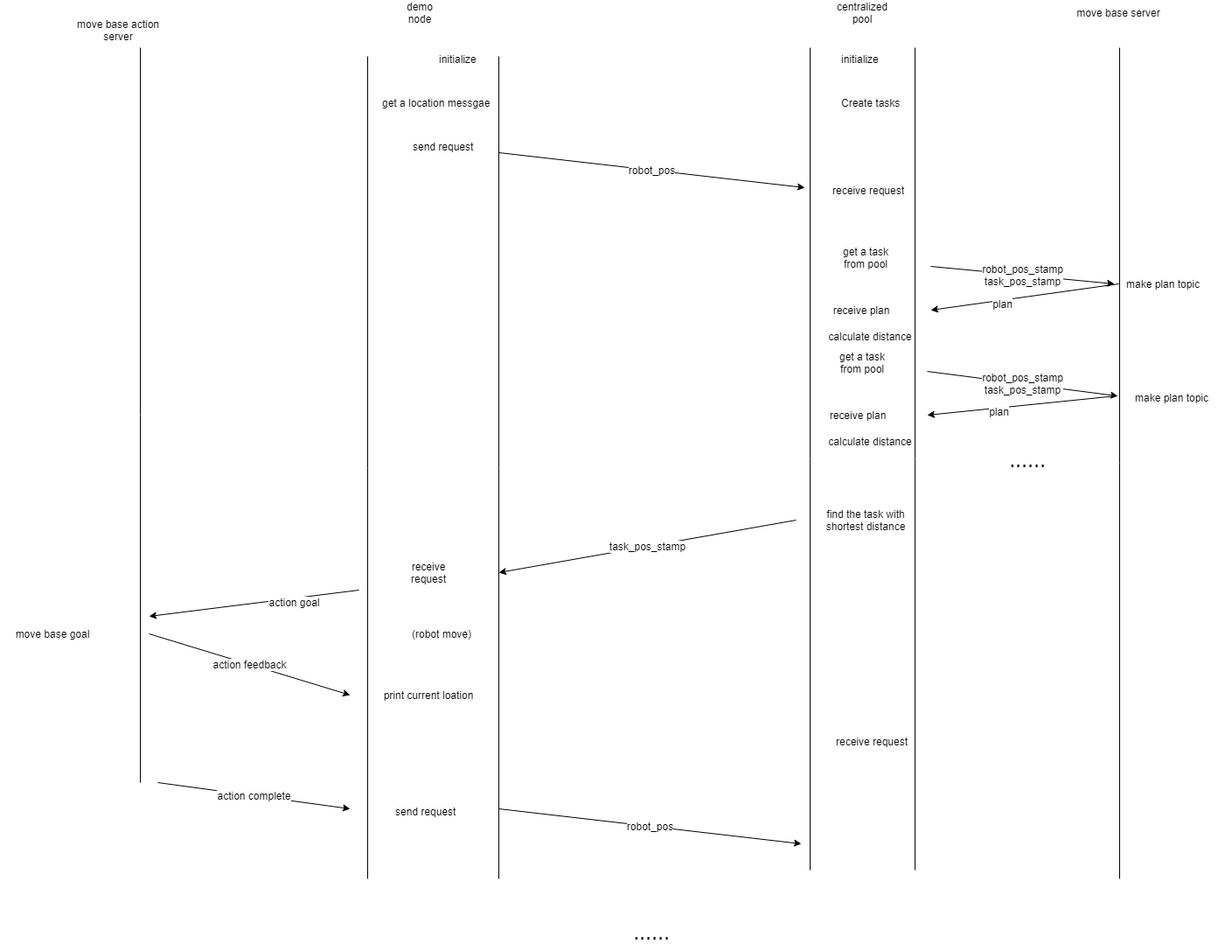
Before: img/scheduler-ros_workflow.png, a diagram exported from draw.io (xuanjiao/Robots_task_scheduling). Source tidied: cells renumbered, new cells last; positions are measured from the earlier drawing's top-left corner, leaving out a move shared by most shapes. Its diagram source:
```xml
<mxGraphModel>
  <root>
    <mxCell id="0" />
    <mxCell id="1" parent="0" />
    <mxCell id="2" style="shape=partialRectangle;whiteSpace=wrap;html=1;top=0;bottom=0;fillColor=none;" parent="1" vertex="1">
      <mxGeometry x="926" y="50" width="120" height="940" as="geometry" />
    </mxCell>
    <mxCell id="3" style="shape=partialRectangle;whiteSpace=wrap;html=1;top=0;bottom=0;fillColor=none;" parent="1" vertex="1">
      <mxGeometry x="420" y="60" width="150" height="940" as="geometry" />
    </mxCell>
    <mxCell id="4" value="demo node" style="text;html=1;strokeColor=none;fillColor=none;align=center;verticalAlign=middle;whiteSpace=wrap;rounded=0;" parent="1" vertex="1">
      <mxGeometry x="460" width="40" height="20" as="geometry" />
    </mxCell>
    <mxCell id="5" value="centralized pool" style="text;html=1;strokeColor=none;fillColor=none;align=center;verticalAlign=middle;whiteSpace=wrap;rounded=0;" parent="1" vertex="1">
      <mxGeometry x="966" width="40" height="20" as="geometry" />
    </mxCell>
    <mxCell id="6" value="move base server" style="text;html=1;strokeColor=none;fillColor=none;align=center;verticalAlign=middle;whiteSpace=wrap;rounded=0;" parent="1" vertex="1">
      <mxGeometry x="1213.5" width="130" height="20" as="geometry" />
    </mxCell>
    <mxCell id="7" value="initialize" style="text;html=1;" parent="1" vertex="1">
      <mxGeometry x="500" y="50" width="70" height="30" as="geometry" />
    </mxCell>
    <mxCell id="8" value="get a location messgae" style="text;html=1;" parent="1" vertex="1">
      <mxGeometry x="435" y="100" width="170" height="30" as="geometry" />
    </mxCell>
    <mxCell id="9" value="send request" style="text;html=1;" parent="1" vertex="1">
      <mxGeometry x="470" y="150" width="90" height="30" as="geometry" />
    </mxCell>
    <mxCell id="10" value="Create tasks" style="text;html=1;" parent="1" vertex="1">
      <mxGeometry x="960" y="100" width="90" height="30" as="geometry" />
    </mxCell>
    <mxCell id="11" value="initialize" style="text;html=1;" parent="1" vertex="1">
      <mxGeometry x="960" y="50" width="70" height="30" as="geometry" />
    </mxCell>
    <mxCell id="12" value="robot_pos_stamp&lt;br&gt;task_pos_stamp" style="rounded=0;orthogonalLoop=1;jettySize=auto;html=1;" parent="1" edge="1">
      <mxGeometry relative="1" as="geometry">
        <mxPoint x="1064" y="300" as="sourcePoint" />
        <mxPoint x="1274" y="320" as="targetPoint" />
      </mxGeometry>
    </mxCell>
    <mxCell id="13" value="receive request" style="text;html=1;" parent="1" vertex="1">
      <mxGeometry x="950" y="200" width="110" height="30" as="geometry" />
    </mxCell>
    <mxCell id="14" value="make plan topic" style="text;html=1;strokeColor=none;fillColor=none;align=center;verticalAlign=middle;whiteSpace=wrap;rounded=0;" parent="1" vertex="1">
      <mxGeometry x="1280" y="310" width="100" height="20" as="geometry" />
    </mxCell>
    <mxCell id="15" value="receive plan" style="text;html=1;strokeColor=none;fillColor=none;align=center;verticalAlign=middle;whiteSpace=wrap;rounded=0;" parent="1" vertex="1">
      <mxGeometry x="950" y="340" width="70" height="20" as="geometry" />
    </mxCell>
    <mxCell id="16" style="endArrow=classic;html=1;" parent="1" edge="1">
      <mxGeometry relative="1" as="geometry">
        <mxPoint x="1279" y="320" as="sourcePoint" />
        <mxPoint x="1064" y="350" as="targetPoint" />
      </mxGeometry>
    </mxCell>
    <mxCell id="17" value="plan" style="text;html=1;align=center;verticalAlign=middle;labelBackgroundColor=#ffffff;" parent="16" vertex="1">
      <mxGeometry x="0.25" y="4" relative="1" as="geometry" />
    </mxCell>
    <mxCell id="18" value="get a task from pool" style="text;html=1;strokeColor=none;fillColor=none;align=center;verticalAlign=middle;whiteSpace=wrap;rounded=0;" parent="1" vertex="1">
      <mxGeometry x="950" y="280" width="80" height="20" as="geometry" />
    </mxCell>
    <mxCell id="19" value="robot_pos_stamp&lt;br&gt;task_pos_stamp" style="rounded=0;orthogonalLoop=1;jettySize=auto;html=1;entryX=-0.012;entryY=0.71;entryDx=0;entryDy=0;entryPerimeter=0;" parent="1" edge="1">
      <mxGeometry relative="1" as="geometry">
        <mxPoint x="1060" y="420" as="sourcePoint" />
        <mxPoint x="1278" y="448.2" as="targetPoint" />
      </mxGeometry>
    </mxCell>
    <mxCell id="20" value="receive plan" style="text;html=1;strokeColor=none;fillColor=none;align=center;verticalAlign=middle;whiteSpace=wrap;rounded=0;" parent="1" vertex="1">
      <mxGeometry x="946" y="460" width="70" height="20" as="geometry" />
    </mxCell>
    <mxCell id="21" style="endArrow=classic;html=1;exitX=-0.031;exitY=0.71;exitDx=0;exitDy=0;exitPerimeter=0;" parent="1" edge="1">
      <mxGeometry relative="1" as="geometry">
        <mxPoint x="1274.9" y="448.2" as="sourcePoint" />
        <mxPoint x="1060" y="470" as="targetPoint" />
      </mxGeometry>
    </mxCell>
    <mxCell id="22" value="plan" style="text;html=1;align=center;verticalAlign=middle;labelBackgroundColor=#ffffff;" parent="21" vertex="1">
      <mxGeometry x="0.25" y="4" relative="1" as="geometry" />
    </mxCell>
    <mxCell id="23" value="get a task from pool" style="text;html=1;strokeColor=none;fillColor=none;align=center;verticalAlign=middle;whiteSpace=wrap;rounded=0;" parent="1" vertex="1">
      <mxGeometry x="946" y="400" width="80" height="20" as="geometry" />
    </mxCell>
    <mxCell id="24" value="find the task with shortest distance" style="text;html=1;strokeColor=none;fillColor=none;align=center;verticalAlign=middle;whiteSpace=wrap;rounded=0;" parent="1" vertex="1">
      <mxGeometry x="923" y="580" width="134" height="20" as="geometry" />
    </mxCell>
    <mxCell id="25" value="calculate distance" style="text;html=1;strokeColor=none;fillColor=none;align=center;verticalAlign=middle;whiteSpace=wrap;rounded=0;" parent="1" vertex="1">
      <mxGeometry x="930" y="370" width="130" height="20" as="geometry" />
    </mxCell>
    <mxCell id="26" value="calculate distance" style="text;html=1;strokeColor=none;fillColor=none;align=center;verticalAlign=middle;whiteSpace=wrap;rounded=0;" parent="1" vertex="1">
      <mxGeometry x="930" y="490" width="130" height="20" as="geometry" />
    </mxCell>
    <mxCell id="27" value="robot_pos" style="endArrow=classic;html=1;" parent="1" edge="1">
      <mxGeometry relative="1" as="geometry">
        <mxPoint x="570" y="170" as="sourcePoint" />
        <mxPoint x="920" y="210" as="targetPoint" />
      </mxGeometry>
    </mxCell>
    <mxCell id="28" value="receive request" style="text;html=1;strokeColor=none;fillColor=none;align=center;verticalAlign=middle;whiteSpace=wrap;rounded=0;" parent="1" vertex="1">
      <mxGeometry x="470" y="640" width="40" height="20" as="geometry" />
    </mxCell>
    <mxCell id="29" value="task_pos_stamp" style="endArrow=classic;html=1;" parent="1" edge="1">
      <mxGeometry relative="1" as="geometry">
        <mxPoint x="910" y="590" as="sourcePoint" />
        <mxPoint x="570" y="650" as="targetPoint" />
      </mxGeometry>
    </mxCell>
    <mxCell id="30" value="send request" style="text;html=1;" parent="1" vertex="1">
      <mxGeometry x="450" y="910" width="90" height="30" as="geometry" />
    </mxCell>
    <mxCell id="31" value="receive request" style="text;html=1;" parent="1" vertex="1">
      <mxGeometry x="954" y="830" width="110" height="30" as="geometry" />
    </mxCell>
    <mxCell id="32" value="robot_pos" style="endArrow=classic;html=1;" parent="1" edge="1">
      <mxGeometry relative="1" as="geometry">
        <mxPoint x="570" y="920" as="sourcePoint" />
        <mxPoint x="916" y="960" as="targetPoint" />
      </mxGeometry>
    </mxCell>
    <mxCell id="33" value="make plan topic" style="text;html=1;strokeColor=none;fillColor=none;align=center;verticalAlign=middle;whiteSpace=wrap;rounded=0;" parent="1" vertex="1">
      <mxGeometry x="1290" y="440" width="100" height="20" as="geometry" />
    </mxCell>
    <mxCell id="34" value="move base action server" style="text;html=1;strokeColor=none;fillColor=none;align=center;verticalAlign=middle;whiteSpace=wrap;rounded=0;" parent="1" vertex="1">
      <mxGeometry x="70" y="20" width="130" height="20" as="geometry" />
    </mxCell>
    <mxCell id="35" style="endArrow=classic;html=1;" parent="1" edge="1">
      <mxGeometry relative="1" as="geometry">
        <mxPoint x="410" y="670" as="sourcePoint" />
        <mxPoint x="170" y="700" as="targetPoint" />
      </mxGeometry>
    </mxCell>
    <mxCell id="36" value="action goal" style="text;html=1;align=center;verticalAlign=middle;labelBackgroundColor=#ffffff;" parent="35" vertex="1">
      <mxGeometry x="-0.37" y="4" relative="1" as="geometry" />
    </mxCell>
    <mxCell id="37" style="shape=partialRectangle;whiteSpace=wrap;html=1;right=0;top=0;bottom=0;fillColor=none;routingCenterX=-0.5;" parent="1" vertex="1">
      <mxGeometry x="1280" y="50" width="120" height="950" as="geometry" />
    </mxCell>
    <mxCell id="38" style="shape=partialRectangle;whiteSpace=wrap;html=1;right=0;top=0;bottom=0;fillColor=none;routingCenterX=-0.5;direction=west;" parent="1" vertex="1">
      <mxGeometry x="40" y="50" width="120" height="840" as="geometry" />
    </mxCell>
    <mxCell id="39" value="action feedback" style="endArrow=classic;html=1;" parent="1" edge="1">
      <mxGeometry relative="1" as="geometry">
        <mxPoint x="170" y="720" as="sourcePoint" />
        <mxPoint x="400" y="790" as="targetPoint" />
      </mxGeometry>
    </mxCell>
    <mxCell id="40" value="action complete" style="endArrow=classic;html=1;" parent="1" edge="1">
      <mxGeometry relative="1" as="geometry">
        <mxPoint x="180" y="890" as="sourcePoint" />
        <mxPoint x="400" y="920" as="targetPoint" />
      </mxGeometry>
    </mxCell>
    <mxCell id="41" value="move base goal" style="text;html=1;strokeColor=none;fillColor=none;align=center;verticalAlign=middle;whiteSpace=wrap;rounded=0;" parent="1" vertex="1">
      <mxGeometry y="710" width="120" height="20" as="geometry" />
    </mxCell>
    <mxCell id="42" value="print current loation" style="text;html=1;strokeColor=none;fillColor=none;align=center;verticalAlign=middle;whiteSpace=wrap;rounded=0;" parent="1" vertex="1">
      <mxGeometry x="435" y="780" width="110" height="20" as="geometry" />
    </mxCell>
    <mxCell id="43" value="(robot move)" style="text;html=1;strokeColor=none;fillColor=none;align=center;verticalAlign=middle;whiteSpace=wrap;rounded=0;" parent="1" vertex="1">
      <mxGeometry x="460" y="710" width="90" height="20" as="geometry" />
    </mxCell>
    <mxCell id="44" value="&lt;font style=&quot;font-size: 25px&quot;&gt;......&lt;/font&gt;" style="text;html=1;strokeColor=none;fillColor=none;align=center;verticalAlign=middle;whiteSpace=wrap;rounded=0;" parent="1" vertex="1">
      <mxGeometry x="680" y="1050" width="130" height="20" as="geometry" />
    </mxCell>
    <mxCell id="45" value="&lt;font style=&quot;font-size: 25px&quot;&gt;......&lt;/font&gt;" style="text;html=1;strokeColor=none;fillColor=none;align=center;verticalAlign=middle;whiteSpace=wrap;rounded=0;" parent="1" vertex="1">
      <mxGeometry x="1110" y="510" width="130" height="20" as="geometry" />
    </mxCell>
  </root>
</mxGraphModel>
```
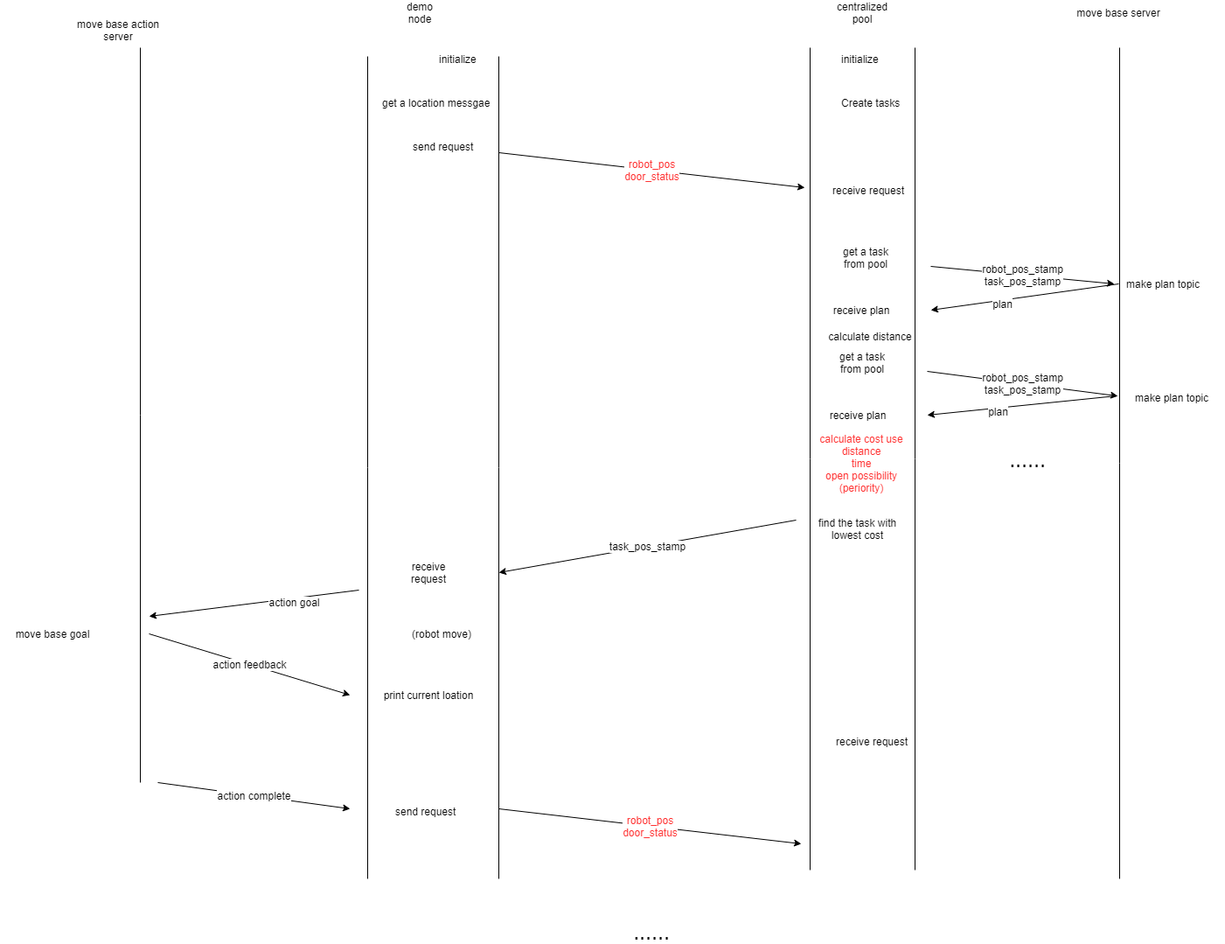
The same file after the commit.

Commit message:
cost function

Change to the diagram source:
```diff
@@ -80,16 +80,16 @@
     <mxCell id="23" value="get a task from pool" style="text;html=1;strokeColor=none;fillColor=none;align=center;verticalAlign=middle;whiteSpace=wrap;rounded=0;" parent="1" vertex="1">
       <mxGeometry x="946" y="400" width="80" height="20" as="geometry" />
     </mxCell>
-    <mxCell id="24" value="find the task with shortest distance" style="text;html=1;strokeColor=none;fillColor=none;align=center;verticalAlign=middle;whiteSpace=wrap;rounded=0;" parent="1" vertex="1">
-      <mxGeometry x="923" y="580" width="134" height="20" as="geometry" />
+    <mxCell id="24" value="find the task with lowest cost" style="text;html=1;strokeColor=none;fillColor=none;align=center;verticalAlign=middle;whiteSpace=wrap;rounded=0;" parent="1" vertex="1">
+      <mxGeometry x="927.5" y="580" width="107" height="40" as="geometry" />
     </mxCell>
     <mxCell id="25" value="calculate distance" style="text;html=1;strokeColor=none;fillColor=none;align=center;verticalAlign=middle;whiteSpace=wrap;rounded=0;" parent="1" vertex="1">
       <mxGeometry x="930" y="370" width="130" height="20" as="geometry" />
     </mxCell>
-    <mxCell id="26" value="calculate distance" style="text;html=1;strokeColor=none;fillColor=none;align=center;verticalAlign=middle;whiteSpace=wrap;rounded=0;" parent="1" vertex="1">
-      <mxGeometry x="930" y="490" width="130" height="20" as="geometry" />
+    <mxCell id="26" value="&lt;font color=&quot;#ff3333&quot;&gt;calculate cost use distance&lt;br&gt;time&lt;br&gt;open possibility&lt;br&gt;(periority)&lt;/font&gt;" style="text;html=1;strokeColor=none;fillColor=none;align=center;verticalAlign=middle;whiteSpace=wrap;rounded=0;" parent="1" vertex="1">
+      <mxGeometry x="920" y="515" width="130" height="20" as="geometry" />
     </mxCell>
-    <mxCell id="27" value="robot_pos" style="endArrow=classic;html=1;" parent="1" edge="1">
+    <mxCell id="27" value="&lt;span style=&quot;color: rgb(255 , 51 , 51)&quot;&gt;robot_pos&lt;/span&gt;&lt;br style=&quot;color: rgb(255 , 51 , 51)&quot;&gt;&lt;span style=&quot;color: rgb(255 , 51 , 51)&quot;&gt;door_status&lt;/span&gt;" style="endArrow=classic;html=1;" parent="1" edge="1">
       <mxGeometry relative="1" as="geometry">
         <mxPoint x="570" y="170" as="sourcePoint" />
         <mxPoint x="920" y="210" as="targetPoint" />
@@ -110,7 +110,7 @@
     <mxCell id="31" value="receive request" style="text;html=1;" parent="1" vertex="1">
       <mxGeometry x="954" y="830" width="110" height="30" as="geometry" />
     </mxCell>
-    <mxCell id="32" value="robot_pos" style="endArrow=classic;html=1;" parent="1" edge="1">
+    <mxCell id="32" value="&lt;font color=&quot;#ff3333&quot;&gt;robot_pos&lt;br&gt;door_status&lt;/font&gt;" style="endArrow=classic;html=1;" parent="1" edge="1">
       <mxGeometry relative="1" as="geometry">
         <mxPoint x="570" y="920" as="sourcePoint" />
         <mxPoint x="916" y="960" as="targetPoint" />
```
